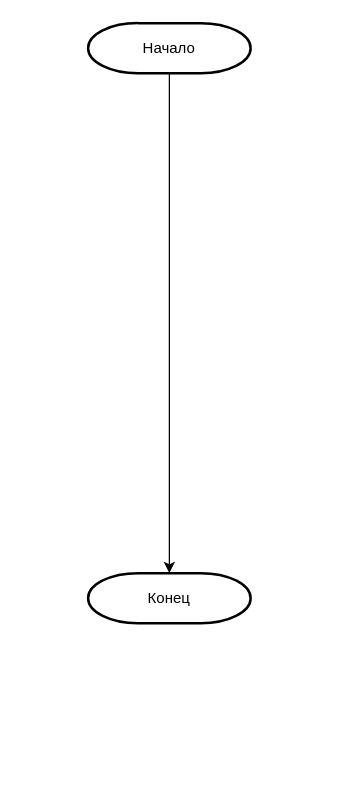
Earlier version of the draw.io diagram Algorithm_OPZ/(2. ЧП) Алгоритм Генерация типов нарушителей.drawio (SmirnovBogdan8/Diplom). Source tidied: cells renumbered, new cells numbered last; positions are measured from the earlier drawing's top-left corner, leaving out a move shared by most shapes. Both pictures are drawn from the tidied source at 125%, with x=0, y=0 at pixel (88, 22).
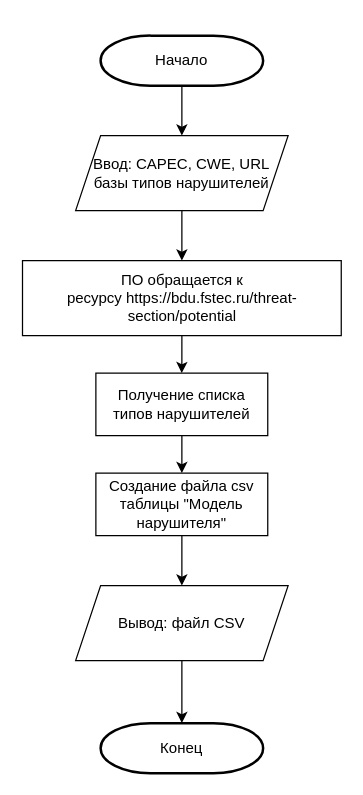
After the change.

Diff of the diagram source:
```diff
@@
 <mxGraphModel>
   <root>
     <mxCell id="0" />
     <mxCell id="1" parent="0" />
-    <mxCell id="2" style="edgeStyle=orthogonalEdgeStyle;rounded=0;jettySize=auto;html=1;exitX=0.5;exitY=1;exitDx=0;exitDy=0;exitPerimeter=0;" parent="1" edge="1" source="3" target="4">
-      <mxGeometry relative="1" as="geometry" />
-    </mxCell>
+    <mxCell id="5" style="edgeStyle=orthogonalEdgeStyle;rounded=0;jettySize=auto;html=1;" parent="1" edge="1" source="3" target="7">
+      <mxGeometry relative="1" as="geometry" />
+    </mxCell>
     <mxCell id="3" value="Начало" style="strokeWidth=2;html=1;shape=mxgraph.flowchart.terminator;whiteSpace=wrap;" parent="1" vertex="1">
-      <mxGeometry width="130" height="40" as="geometry" />
+      <mxGeometry x="10" y="10" width="130" height="40" as="geometry" />
     </mxCell>
     <mxCell id="4" value="Конец" style="strokeWidth=2;html=1;shape=mxgraph.flowchart.terminator;whiteSpace=wrap;" parent="1" vertex="1">
-      <mxGeometry y="440" width="130" height="40" as="geometry" />
+      <mxGeometry x="10" y="560" width="130" height="40" as="geometry" />
     </mxCell>
+    <mxCell id="6" style="edgeStyle=orthogonalEdgeStyle;rounded=0;jettySize=auto;html=1;" parent="1" edge="1" source="7" target="9">
+      <mxGeometry relative="1" as="geometry" />
+    </mxCell>
+    <mxCell id="7" value="Ввод: CAPEC, CWE, URL базы типов нарушителей" style="shape=parallelogram;perimeter=parallelogramPerimeter;whiteSpace=wrap;html=1;fixedSize=1;" parent="1" vertex="1">
+      <mxGeometry x="-10" y="90" width="170" height="60" as="geometry" />
+    </mxCell>
+    <mxCell id="8" style="edgeStyle=orthogonalEdgeStyle;rounded=0;jettySize=auto;html=1;" parent="1" edge="1" source="9" target="15">
+      <mxGeometry relative="1" as="geometry" />
+    </mxCell>
+    <mxCell id="9" value="ПО обращается к ресурсу&amp;nbsp;&lt;span style=&quot;background-color: initial;&quot;&gt;https://bdu.fstec.ru/&lt;/span&gt;&lt;span style=&quot;background-color: initial;&quot;&gt;threat-section/potential&lt;/span&gt;" style="rounded=0;whiteSpace=wrap;html=1;" parent="1" vertex="1">
+      <mxGeometry x="-52.5" y="190" width="255" height="60" as="geometry" />
+    </mxCell>
+    <mxCell id="10" style="edgeStyle=orthogonalEdgeStyle;rounded=0;jettySize=auto;html=1;" parent="1" edge="1" source="11" target="13">
+      <mxGeometry relative="1" as="geometry" />
+    </mxCell>
+    <mxCell id="11" value="Создание файла csv таблицы &quot;Модель нарушителя&quot;" style="rounded=0;whiteSpace=wrap;html=1;" parent="1" vertex="1">
+      <mxGeometry x="6.2" y="360" width="137.5" height="50" as="geometry" />
+    </mxCell>
+    <mxCell id="12" style="edgeStyle=orthogonalEdgeStyle;rounded=0;jettySize=auto;html=1;" parent="1" edge="1" source="13" target="4">
+      <mxGeometry relative="1" as="geometry" />
+    </mxCell>
+    <mxCell id="13" value="Вывод: файл CSV" style="shape=parallelogram;perimeter=parallelogramPerimeter;whiteSpace=wrap;html=1;fixedSize=1;" parent="1" vertex="1">
+      <mxGeometry x="-10" y="450" width="170" height="60" as="geometry" />
+    </mxCell>
+    <mxCell id="14" style="edgeStyle=orthogonalEdgeStyle;rounded=0;jettySize=auto;html=1;" parent="1" edge="1" source="15" target="11">
+      <mxGeometry relative="1" as="geometry" />
+    </mxCell>
+    <mxCell id="15" value="Получение списка типов нарушителей" style="rounded=0;whiteSpace=wrap;html=1;" parent="1" vertex="1">
+      <mxGeometry x="6.2" y="280" width="137.5" height="50" as="geometry" />
+    </mxCell>
   </root>
 </mxGraphModel>
```
